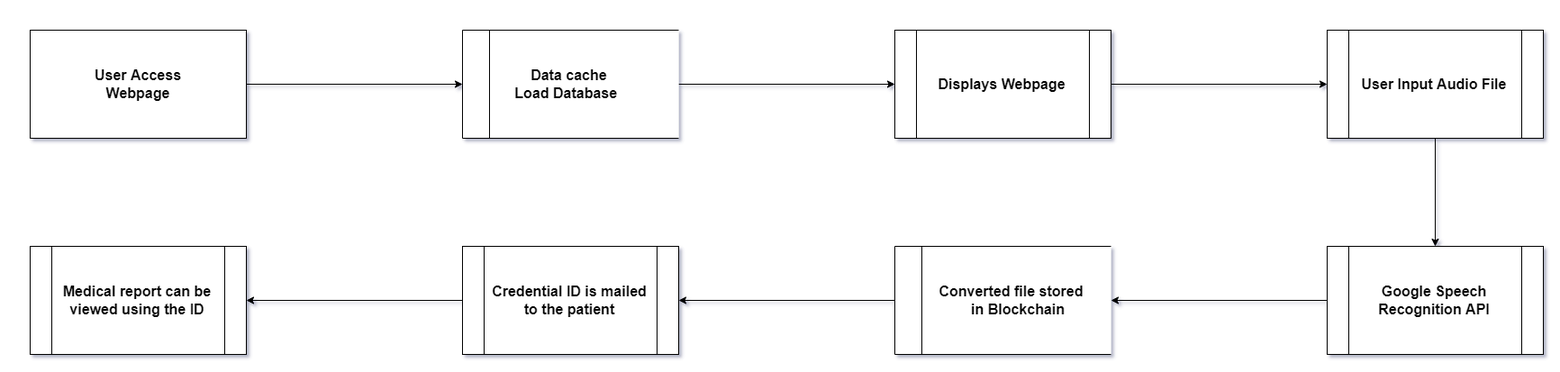
This is Documentation/dfdl1.png from GowthamPrasad/Project, a draw.io export, as it was before one commit. Source tidied: cells renumbered, new cells last; positions are measured from the earlier drawing's top-left corner, leaving out a move shared by most shapes. The source it was exported from:
```xml
<mxGraphModel>
  <root>
    <mxCell id="0" />
    <mxCell id="1" parent="0" />
    <mxCell id="2" style="edgeStyle=orthogonalEdgeStyle;rounded=0;jettySize=auto;html=1;fontSize=16;fontStyle=1;entryX=0;entryY=0.5;entryDx=0;entryDy=0;" parent="1" edge="1" source="3" target="5">
      <mxGeometry relative="1" as="geometry" />
    </mxCell>
    <mxCell id="3" value="&lt;blockquote style=&quot;font-size: 16px;&quot;&gt;&lt;b style=&quot;font-size: 16px;&quot;&gt;User Access Webpage&lt;/b&gt;&lt;/blockquote&gt;" style="rounded=0;whiteSpace=wrap;html=1;fontSize=16;" parent="1" vertex="1">
      <mxGeometry width="240" height="120" as="geometry" />
    </mxCell>
    <mxCell id="4" style="edgeStyle=orthogonalEdgeStyle;rounded=0;jettySize=auto;html=1;entryX=0;entryY=0.5;entryDx=0;entryDy=0;fontSize=16;" parent="1" edge="1" source="5" target="9">
      <mxGeometry relative="1" as="geometry" />
    </mxCell>
    <mxCell id="5" value="&amp;nbsp; &amp;nbsp; &amp;nbsp; &amp;nbsp; &amp;nbsp; &amp;nbsp; &amp;nbsp; &amp;nbsp; Data cache &lt;br style=&quot;font-size: 16px;&quot;&gt;&amp;nbsp; &amp;nbsp; &amp;nbsp; &amp;nbsp; &amp;nbsp; &amp;nbsp; Load Database" style="html=1;dashed=0;whitespace=wrap;shape=mxgraph.dfd.dataStoreID;align=left;spacingLeft=3;points=[[0,0],[0.5,0],[1,0],[0,0.5],[1,0.5],[0,1],[0.5,1],[1,1]];fontSize=16;fontStyle=1;" parent="1" vertex="1">
      <mxGeometry x="480" width="240" height="120" as="geometry" />
    </mxCell>
    <mxCell id="6" style="edgeStyle=orthogonalEdgeStyle;rounded=0;jettySize=auto;html=1;fontSize=16;" parent="1" edge="1" source="7" target="11">
      <mxGeometry relative="1" as="geometry" />
    </mxCell>
    <mxCell id="7" value="User Input Audio File" style="shape=process;whiteSpace=wrap;html=1;backgroundOutline=1;fontSize=16;fontStyle=1;" parent="1" vertex="1">
      <mxGeometry x="1440" width="240" height="120" as="geometry" />
    </mxCell>
    <mxCell id="8" style="edgeStyle=orthogonalEdgeStyle;rounded=0;jettySize=auto;html=1;entryX=0;entryY=0.5;entryDx=0;entryDy=0;fontSize=16;" parent="1" edge="1" source="9" target="7">
      <mxGeometry relative="1" as="geometry" />
    </mxCell>
    <mxCell id="9" value="Displays Webpage" style="shape=process;whiteSpace=wrap;html=1;backgroundOutline=1;fontSize=16;fontStyle=1;" parent="1" vertex="1">
      <mxGeometry x="960" width="240" height="120" as="geometry" />
    </mxCell>
    <mxCell id="10" style="edgeStyle=orthogonalEdgeStyle;rounded=0;jettySize=auto;html=1;entryX=1;entryY=0.5;entryDx=0;entryDy=0;fontSize=16;" parent="1" edge="1" source="11" target="13">
      <mxGeometry relative="1" as="geometry" />
    </mxCell>
    <mxCell id="11" value="&lt;font style=&quot;font-size: 16px&quot;&gt;&lt;b style=&quot;font-size: 16px&quot;&gt;Google Speech Recognition API&lt;/b&gt;&lt;/font&gt;" style="shape=process;whiteSpace=wrap;html=1;backgroundOutline=1;fontSize=16;" parent="1" vertex="1">
      <mxGeometry x="1440" y="240" width="240" height="120" as="geometry" />
    </mxCell>
    <mxCell id="12" style="edgeStyle=orthogonalEdgeStyle;rounded=0;jettySize=auto;html=1;fontSize=16;" parent="1" edge="1" source="13" target="16">
      <mxGeometry relative="1" as="geometry" />
    </mxCell>
    <mxCell id="13" value="&lt;b style=&quot;font-size: 16px&quot;&gt;&amp;nbsp; &amp;nbsp; &amp;nbsp; &amp;nbsp; &amp;nbsp; Converted file stored &lt;br style=&quot;font-size: 16px&quot;&gt;&amp;nbsp; &amp;nbsp; &amp;nbsp; &amp;nbsp; &amp;nbsp; &amp;nbsp; &amp;nbsp; &amp;nbsp; &amp;nbsp; in Blockchain&lt;/b&gt;" style="html=1;dashed=0;whitespace=wrap;shape=mxgraph.dfd.dataStoreID;align=left;spacingLeft=3;points=[[0,0],[0.5,0],[1,0],[0,0.5],[1,0.5],[0,1],[0.5,1],[1,1]];fontSize=16;" parent="1" vertex="1">
      <mxGeometry x="960" y="240" width="240" height="120" as="geometry" />
    </mxCell>
    <mxCell id="14" value="Medical report can be viewed using the ID" style="shape=process;whiteSpace=wrap;html=1;backgroundOutline=1;fontSize=16;fontStyle=1;" parent="1" vertex="1">
      <mxGeometry y="240" width="240" height="120" as="geometry" />
    </mxCell>
    <mxCell id="15" style="edgeStyle=orthogonalEdgeStyle;rounded=0;jettySize=auto;html=1;entryX=1;entryY=0.5;entryDx=0;entryDy=0;fontSize=16;" parent="1" edge="1" source="16" target="14">
      <mxGeometry relative="1" as="geometry" />
    </mxCell>
    <mxCell id="16" value="Credential ID is mailed to the patient" style="shape=process;whiteSpace=wrap;html=1;backgroundOutline=1;fontSize=16;fontStyle=1;" parent="1" vertex="1">
      <mxGeometry x="480" y="240" width="240" height="120" as="geometry" />
    </mxCell>
  </root>
</mxGraphModel>
```
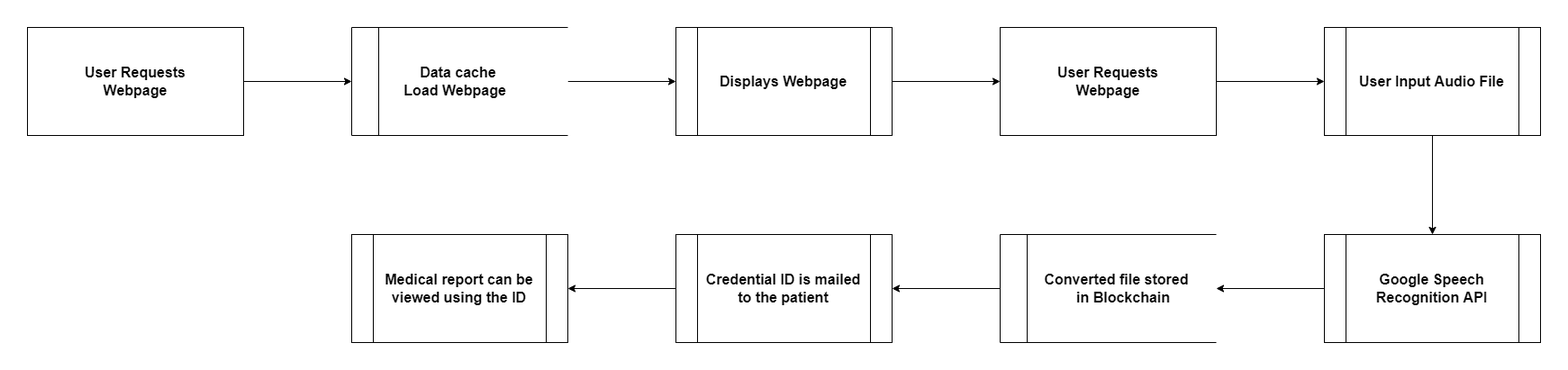
The same diagram one commit later.

Diff of the diagram source:
```diff
@@ -5,14 +5,14 @@
     <mxCell id="2" style="edgeStyle=orthogonalEdgeStyle;rounded=0;jettySize=auto;html=1;fontSize=16;fontStyle=1;entryX=0;entryY=0.5;entryDx=0;entryDy=0;" parent="1" edge="1" source="3" target="5">
       <mxGeometry relative="1" as="geometry" />
     </mxCell>
-    <mxCell id="3" value="&lt;blockquote style=&quot;font-size: 16px;&quot;&gt;&lt;b style=&quot;font-size: 16px;&quot;&gt;User Access Webpage&lt;/b&gt;&lt;/blockquote&gt;" style="rounded=0;whiteSpace=wrap;html=1;fontSize=16;" parent="1" vertex="1">
+    <mxCell id="3" value="&lt;blockquote style=&quot;font-size: 16px;&quot;&gt;&lt;b style=&quot;font-size: 16px;&quot;&gt;User Requests Webpage&lt;/b&gt;&lt;/blockquote&gt;" style="rounded=0;whiteSpace=wrap;html=1;fontSize=16;" parent="1" vertex="1">
       <mxGeometry width="240" height="120" as="geometry" />
     </mxCell>
     <mxCell id="4" style="edgeStyle=orthogonalEdgeStyle;rounded=0;jettySize=auto;html=1;entryX=0;entryY=0.5;entryDx=0;entryDy=0;fontSize=16;" parent="1" edge="1" source="5" target="9">
       <mxGeometry relative="1" as="geometry" />
     </mxCell>
-    <mxCell id="5" value="&amp;nbsp; &amp;nbsp; &amp;nbsp; &amp;nbsp; &amp;nbsp; &amp;nbsp; &amp;nbsp; &amp;nbsp; Data cache &lt;br style=&quot;font-size: 16px;&quot;&gt;&amp;nbsp; &amp;nbsp; &amp;nbsp; &amp;nbsp; &amp;nbsp; &amp;nbsp; Load Database" style="html=1;dashed=0;whitespace=wrap;shape=mxgraph.dfd.dataStoreID;align=left;spacingLeft=3;points=[[0,0],[0.5,0],[1,0],[0,0.5],[1,0.5],[0,1],[0.5,1],[1,1]];fontSize=16;fontStyle=1;" parent="1" vertex="1">
-      <mxGeometry x="480" width="240" height="120" as="geometry" />
+    <mxCell id="5" value="&amp;nbsp; &amp;nbsp; &amp;nbsp; &amp;nbsp; &amp;nbsp; &amp;nbsp; &amp;nbsp; &amp;nbsp; Data cache &lt;br style=&quot;font-size: 16px;&quot;&gt;&amp;nbsp; &amp;nbsp; &amp;nbsp; &amp;nbsp; &amp;nbsp; &amp;nbsp; Load Webpage" style="html=1;dashed=0;whitespace=wrap;shape=mxgraph.dfd.dataStoreID;align=left;spacingLeft=3;points=[[0,0],[0.5,0],[1,0],[0,0.5],[1,0.5],[0,1],[0.5,1],[1,1]];fontSize=16;fontStyle=1;" parent="1" vertex="1">
+      <mxGeometry x="360" width="240" height="120" as="geometry" />
     </mxCell>
     <mxCell id="6" style="edgeStyle=orthogonalEdgeStyle;rounded=0;jettySize=auto;html=1;fontSize=16;" parent="1" edge="1" source="7" target="11">
       <mxGeometry relative="1" as="geometry" />
@@ -20,32 +20,38 @@
     <mxCell id="7" value="User Input Audio File" style="shape=process;whiteSpace=wrap;html=1;backgroundOutline=1;fontSize=16;fontStyle=1;" parent="1" vertex="1">
       <mxGeometry x="1440" width="240" height="120" as="geometry" />
     </mxCell>
-    <mxCell id="8" style="edgeStyle=orthogonalEdgeStyle;rounded=0;jettySize=auto;html=1;entryX=0;entryY=0.5;entryDx=0;entryDy=0;fontSize=16;" parent="1" edge="1" source="9" target="7">
-      <mxGeometry relative="1" as="geometry" />
-    </mxCell>
+    <mxCell id="17" style="edgeStyle=orthogonalEdgeStyle;rounded=0;jettySize=auto;html=1;" parent="1" edge="1" source="9" target="19">
+      <mxGeometry relative="1" as="geometry" />
+    </mxCell>
     <mxCell id="9" value="Displays Webpage" style="shape=process;whiteSpace=wrap;html=1;backgroundOutline=1;fontSize=16;fontStyle=1;" parent="1" vertex="1">
-      <mxGeometry x="960" width="240" height="120" as="geometry" />
+      <mxGeometry x="720" width="240" height="120" as="geometry" />
     </mxCell>
     <mxCell id="10" style="edgeStyle=orthogonalEdgeStyle;rounded=0;jettySize=auto;html=1;entryX=1;entryY=0.5;entryDx=0;entryDy=0;fontSize=16;" parent="1" edge="1" source="11" target="13">
       <mxGeometry relative="1" as="geometry" />
     </mxCell>
     <mxCell id="11" value="&lt;font style=&quot;font-size: 16px&quot;&gt;&lt;b style=&quot;font-size: 16px&quot;&gt;Google Speech Recognition API&lt;/b&gt;&lt;/font&gt;" style="shape=process;whiteSpace=wrap;html=1;backgroundOutline=1;fontSize=16;" parent="1" vertex="1">
-      <mxGeometry x="1440" y="240" width="240" height="120" as="geometry" />
+      <mxGeometry x="1440" y="230" width="240" height="120" as="geometry" />
     </mxCell>
     <mxCell id="12" style="edgeStyle=orthogonalEdgeStyle;rounded=0;jettySize=auto;html=1;fontSize=16;" parent="1" edge="1" source="13" target="16">
       <mxGeometry relative="1" as="geometry" />
     </mxCell>
     <mxCell id="13" value="&lt;b style=&quot;font-size: 16px&quot;&gt;&amp;nbsp; &amp;nbsp; &amp;nbsp; &amp;nbsp; &amp;nbsp; Converted file stored &lt;br style=&quot;font-size: 16px&quot;&gt;&amp;nbsp; &amp;nbsp; &amp;nbsp; &amp;nbsp; &amp;nbsp; &amp;nbsp; &amp;nbsp; &amp;nbsp; &amp;nbsp; in Blockchain&lt;/b&gt;" style="html=1;dashed=0;whitespace=wrap;shape=mxgraph.dfd.dataStoreID;align=left;spacingLeft=3;points=[[0,0],[0.5,0],[1,0],[0,0.5],[1,0.5],[0,1],[0.5,1],[1,1]];fontSize=16;" parent="1" vertex="1">
-      <mxGeometry x="960" y="240" width="240" height="120" as="geometry" />
+      <mxGeometry x="1080" y="230" width="240" height="120" as="geometry" />
     </mxCell>
     <mxCell id="14" value="Medical report can be viewed using the ID" style="shape=process;whiteSpace=wrap;html=1;backgroundOutline=1;fontSize=16;fontStyle=1;" parent="1" vertex="1">
-      <mxGeometry y="240" width="240" height="120" as="geometry" />
+      <mxGeometry x="360" y="230" width="240" height="120" as="geometry" />
     </mxCell>
     <mxCell id="15" style="edgeStyle=orthogonalEdgeStyle;rounded=0;jettySize=auto;html=1;entryX=1;entryY=0.5;entryDx=0;entryDy=0;fontSize=16;" parent="1" edge="1" source="16" target="14">
       <mxGeometry relative="1" as="geometry" />
     </mxCell>
     <mxCell id="16" value="Credential ID is mailed to the patient" style="shape=process;whiteSpace=wrap;html=1;backgroundOutline=1;fontSize=16;fontStyle=1;" parent="1" vertex="1">
-      <mxGeometry x="480" y="240" width="240" height="120" as="geometry" />
+      <mxGeometry x="720" y="230" width="240" height="120" as="geometry" />
     </mxCell>
+    <mxCell id="18" style="edgeStyle=orthogonalEdgeStyle;rounded=0;jettySize=auto;html=1;entryX=0;entryY=0.5;entryDx=0;entryDy=0;" parent="1" edge="1" source="19" target="7">
+      <mxGeometry relative="1" as="geometry" />
+    </mxCell>
+    <mxCell id="19" value="&lt;blockquote style=&quot;font-size: 16px;&quot;&gt;&lt;b style=&quot;font-size: 16px;&quot;&gt;User Requests Webpage&lt;/b&gt;&lt;/blockquote&gt;" style="rounded=0;whiteSpace=wrap;html=1;fontSize=16;" parent="1" vertex="1">
+      <mxGeometry x="1080" width="240" height="120" as="geometry" />
+    </mxCell>
   </root>
 </mxGraphModel>
```
